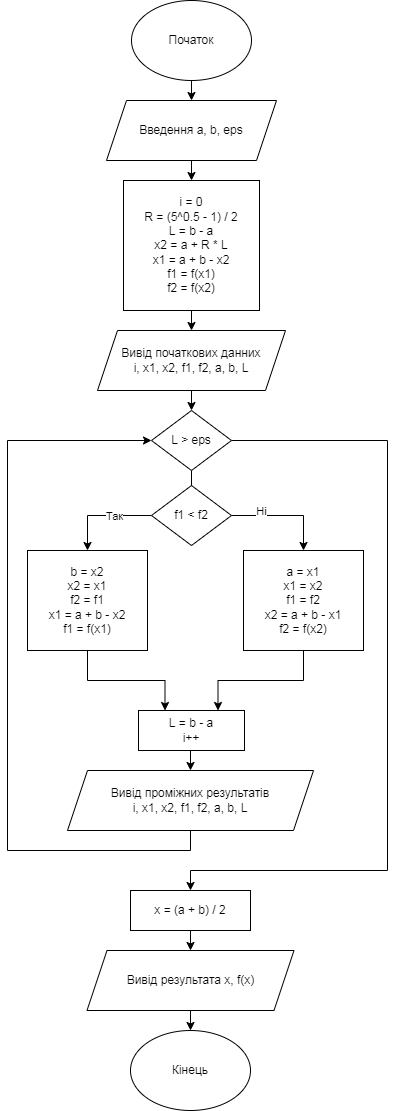
This is lab4/lab4.drawio.png from firebenderyt123/obbchisluvalni-methody, a draw.io export, as it was before one commit. Source tidied: cells renumbered, new cells last; positions are measured from the earlier drawing's top-left corner, leaving out a move shared by most shapes.
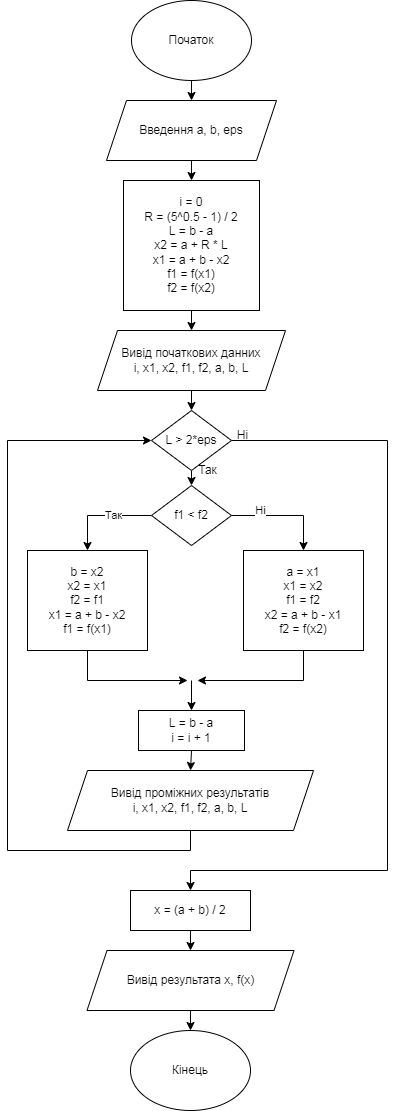
Later version of the same file.

Diff of the diagram source:
```diff
@@ -32,8 +32,8 @@
     <mxCell id="11" style="edgeStyle=orthogonalEdgeStyle;rounded=0;jettySize=auto;html=1;entryX=0.5;entryY=0;entryDx=0;entryDy=0;exitX=0.5;exitY=1;exitDx=0;exitDy=0;" parent="1" edge="1" source="13" target="18">
       <mxGeometry relative="1" as="geometry">
         <Array as="points">
-          <mxPoint x="184" y="490" />
-          <mxPoint x="184" y="490" />
+          <mxPoint x="184" y="470" />
+          <mxPoint x="184" y="470" />
         </Array>
       </mxGeometry>
     </mxCell>
@@ -46,7 +46,7 @@
         </Array>
       </mxGeometry>
     </mxCell>
-    <mxCell id="13" value="L &amp;gt; eps" style="rhombus;whiteSpace=wrap;html=1;" parent="1" vertex="1">
+    <mxCell id="13" value="L &amp;gt; 2*eps" style="rhombus;whiteSpace=wrap;html=1;" parent="1" vertex="1">
       <mxGeometry x="144" y="410" width="80" height="60" as="geometry" />
     </mxCell>
     <mxCell id="14" style="edgeStyle=orthogonalEdgeStyle;rounded=0;jettySize=auto;html=1;exitX=0;exitY=0.5;exitDx=0;exitDy=0;" parent="1" edge="1" source="18" target="20">
@@ -66,14 +66,24 @@
     <mxCell id="18" value="f1 &amp;lt; f2" style="rhombus;whiteSpace=wrap;html=1;" parent="1" vertex="1">
       <mxGeometry x="144" y="485" width="80" height="60" as="geometry" />
     </mxCell>
-    <mxCell id="19" style="edgeStyle=orthogonalEdgeStyle;rounded=0;jettySize=auto;html=1;exitX=0.5;exitY=1;exitDx=0;exitDy=0;entryX=0.25;entryY=0;entryDx=0;entryDy=0;" parent="1" edge="1" source="20" target="24">
-      <mxGeometry relative="1" as="geometry" />
+    <mxCell id="19" style="edgeStyle=orthogonalEdgeStyle;rounded=0;jettySize=auto;html=1;exitX=0.5;exitY=1;exitDx=0;exitDy=0;" parent="1" edge="1" source="20">
+      <mxGeometry relative="1" as="geometry">
+        <mxPoint x="180" y="680" as="targetPoint" />
+        <Array as="points">
+          <mxPoint x="80" y="680" />
+        </Array>
+      </mxGeometry>
     </mxCell>
     <mxCell id="20" value="b = x2&lt;br&gt;x2 = x1&lt;br&gt;f2 = f1&lt;br&gt;x1 = a + b - x2&lt;br&gt;f1 = f(x1)" style="rounded=0;whiteSpace=wrap;html=1;" parent="1" vertex="1">
       <mxGeometry x="20" y="550" width="120" height="100" as="geometry" />
     </mxCell>
-    <mxCell id="21" style="edgeStyle=orthogonalEdgeStyle;rounded=0;jettySize=auto;html=1;exitX=0.5;exitY=1;exitDx=0;exitDy=0;entryX=0.75;entryY=0;entryDx=0;entryDy=0;" parent="1" edge="1" source="22" target="24">
-      <mxGeometry relative="1" as="geometry" />
+    <mxCell id="21" style="edgeStyle=orthogonalEdgeStyle;rounded=0;jettySize=auto;html=1;exitX=0.5;exitY=1;exitDx=0;exitDy=0;" parent="1" edge="1" source="22">
+      <mxGeometry relative="1" as="geometry">
+        <mxPoint x="190" y="680" as="targetPoint" />
+        <Array as="points">
+          <mxPoint x="296" y="680" />
+        </Array>
+      </mxGeometry>
     </mxCell>
     <mxCell id="22" value="a = x1&lt;br&gt;x1 = x2&lt;br&gt;f1 = f2&lt;br&gt;x2 = a + b - x1&lt;br&gt;f2 = f(x2)" style="rounded=0;whiteSpace=wrap;html=1;" parent="1" vertex="1">
       <mxGeometry x="236" y="550" width="120" height="100" as="geometry" />
@@ -81,7 +91,7 @@
     <mxCell id="23" style="edgeStyle=orthogonalEdgeStyle;rounded=0;jettySize=auto;html=1;exitX=0.5;exitY=1;exitDx=0;exitDy=0;entryX=0.5;entryY=0;entryDx=0;entryDy=0;" parent="1" edge="1" source="24" target="26">
       <mxGeometry relative="1" as="geometry" />
     </mxCell>
-    <mxCell id="24" value="L = b - a&lt;br&gt;i++" style="rounded=0;whiteSpace=wrap;html=1;" parent="1" vertex="1">
+    <mxCell id="24" value="L = b - a&lt;br&gt;i = i + 1" style="rounded=0;whiteSpace=wrap;html=1;" parent="1" vertex="1">
       <mxGeometry x="131" y="710" width="106" height="40" as="geometry" />
     </mxCell>
     <mxCell id="25" style="edgeStyle=orthogonalEdgeStyle;rounded=0;jettySize=auto;html=1;exitX=0.5;exitY=1;exitDx=0;exitDy=0;entryX=0;entryY=0.5;entryDx=0;entryDy=0;" parent="1" edge="1" source="26" target="13">
@@ -108,5 +118,16 @@
     <mxCell id="30" value="Вивід результата x, f(x)" style="shape=parallelogram;perimeter=parallelogramPerimeter;whiteSpace=wrap;html=1;fixedSize=1;" parent="1" vertex="1">
       <mxGeometry x="79.5" y="950" width="207" height="60" as="geometry" />
     </mxCell>
+    <mxCell id="31" value="Так" style="text;html=1;align=center;verticalAlign=middle;strokeColor=none;fillColor=none;" parent="1" vertex="1">
+      <mxGeometry x="180" y="455" width="40" height="30" as="geometry" />
+    </mxCell>
+    <mxCell id="32" value="Ні" style="text;html=1;align=center;verticalAlign=middle;strokeColor=none;fillColor=none;" parent="1" vertex="1">
+      <mxGeometry x="220" y="420" width="30" height="30" as="geometry" />
+    </mxCell>
+    <mxCell id="33" style="endArrow=classic;html=1;rounded=0;entryX=0.5;entryY=0;entryDx=0;entryDy=0;" parent="1" edge="1" target="24">
+      <mxGeometry relative="1" as="geometry">
+        <mxPoint x="184" y="680" as="sourcePoint" />
+      </mxGeometry>
+    </mxCell>
   </root>
 </mxGraphModel>
```
